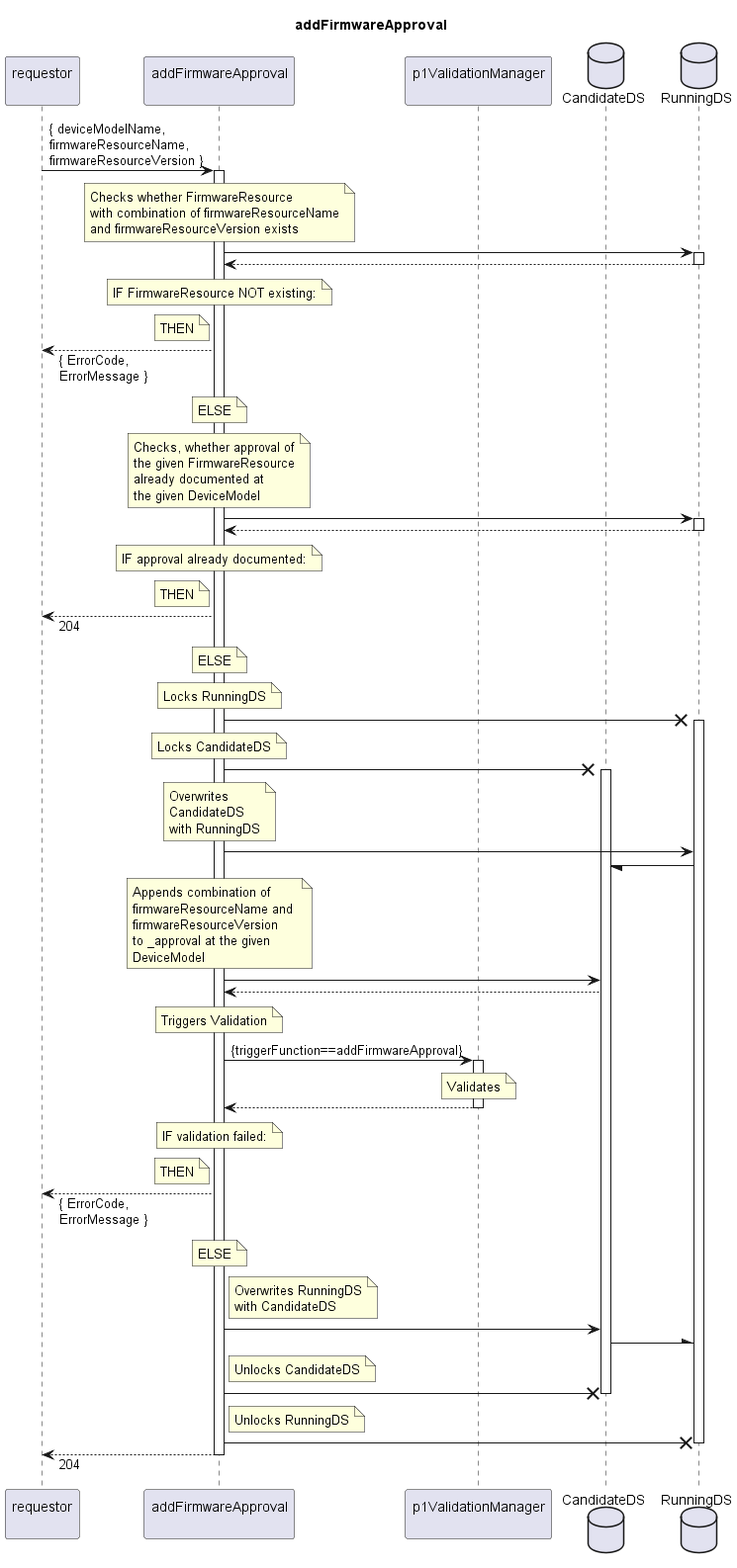
Before: spec/Services/addFirmwareApproval/1.0.0/addFirmwareApproval.png, a diagram exported from PlantUML (openBackhaul/FirmWareManager).
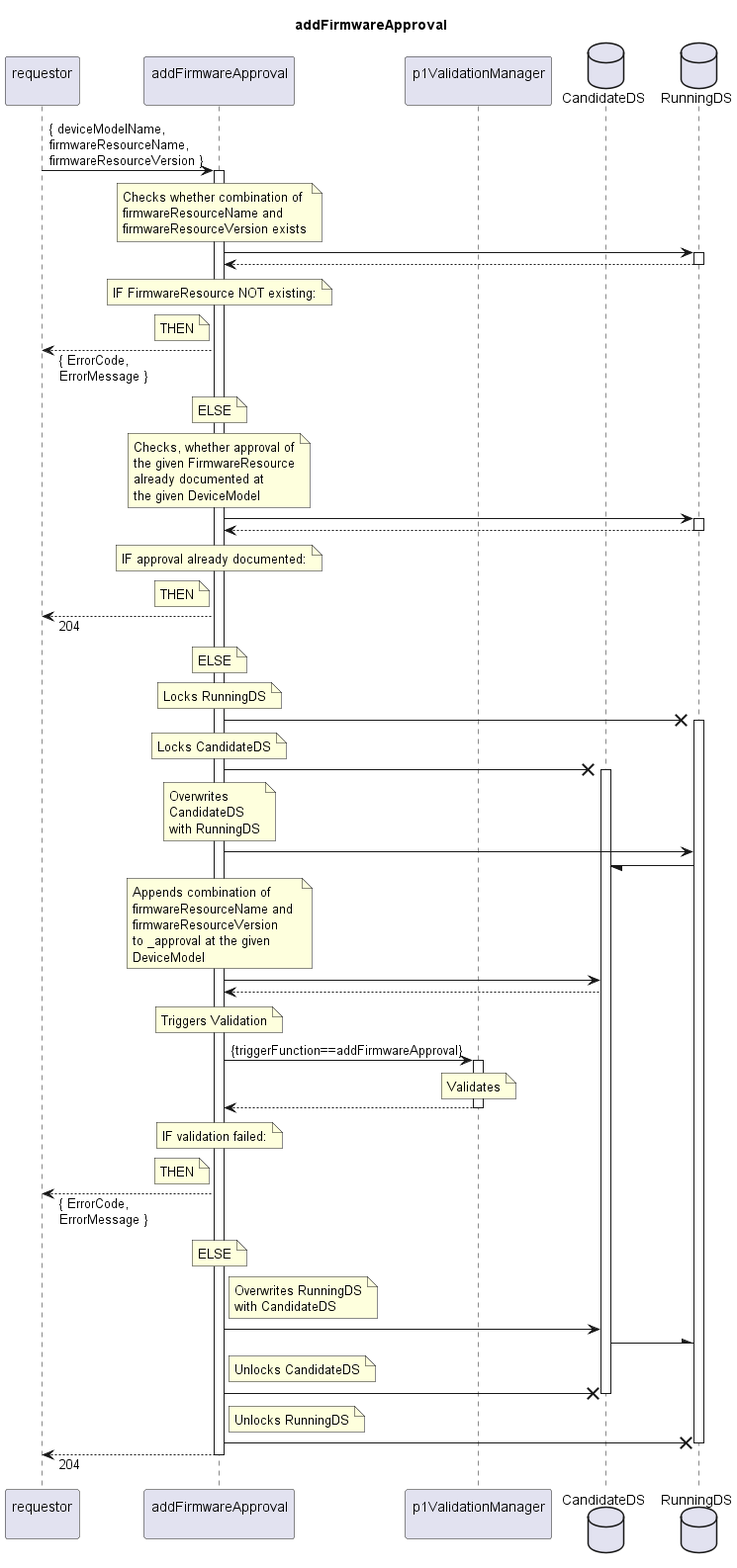
Later version of the same file.

Diff of the diagram source:
```diff
@@ -15,9 +15,9 @@
 activate addApprov
 
   note over addApprov
-    Checks whether FirmwareResource
-    with combination of firmwareResourceName
-    and firmwareResourceVersion exists
+    Checks whether combination of
+    firmwareResourceName and
+    firmwareResourceVersion exists
   end note
   addApprov -> RunDS
   activate RunDS
```
